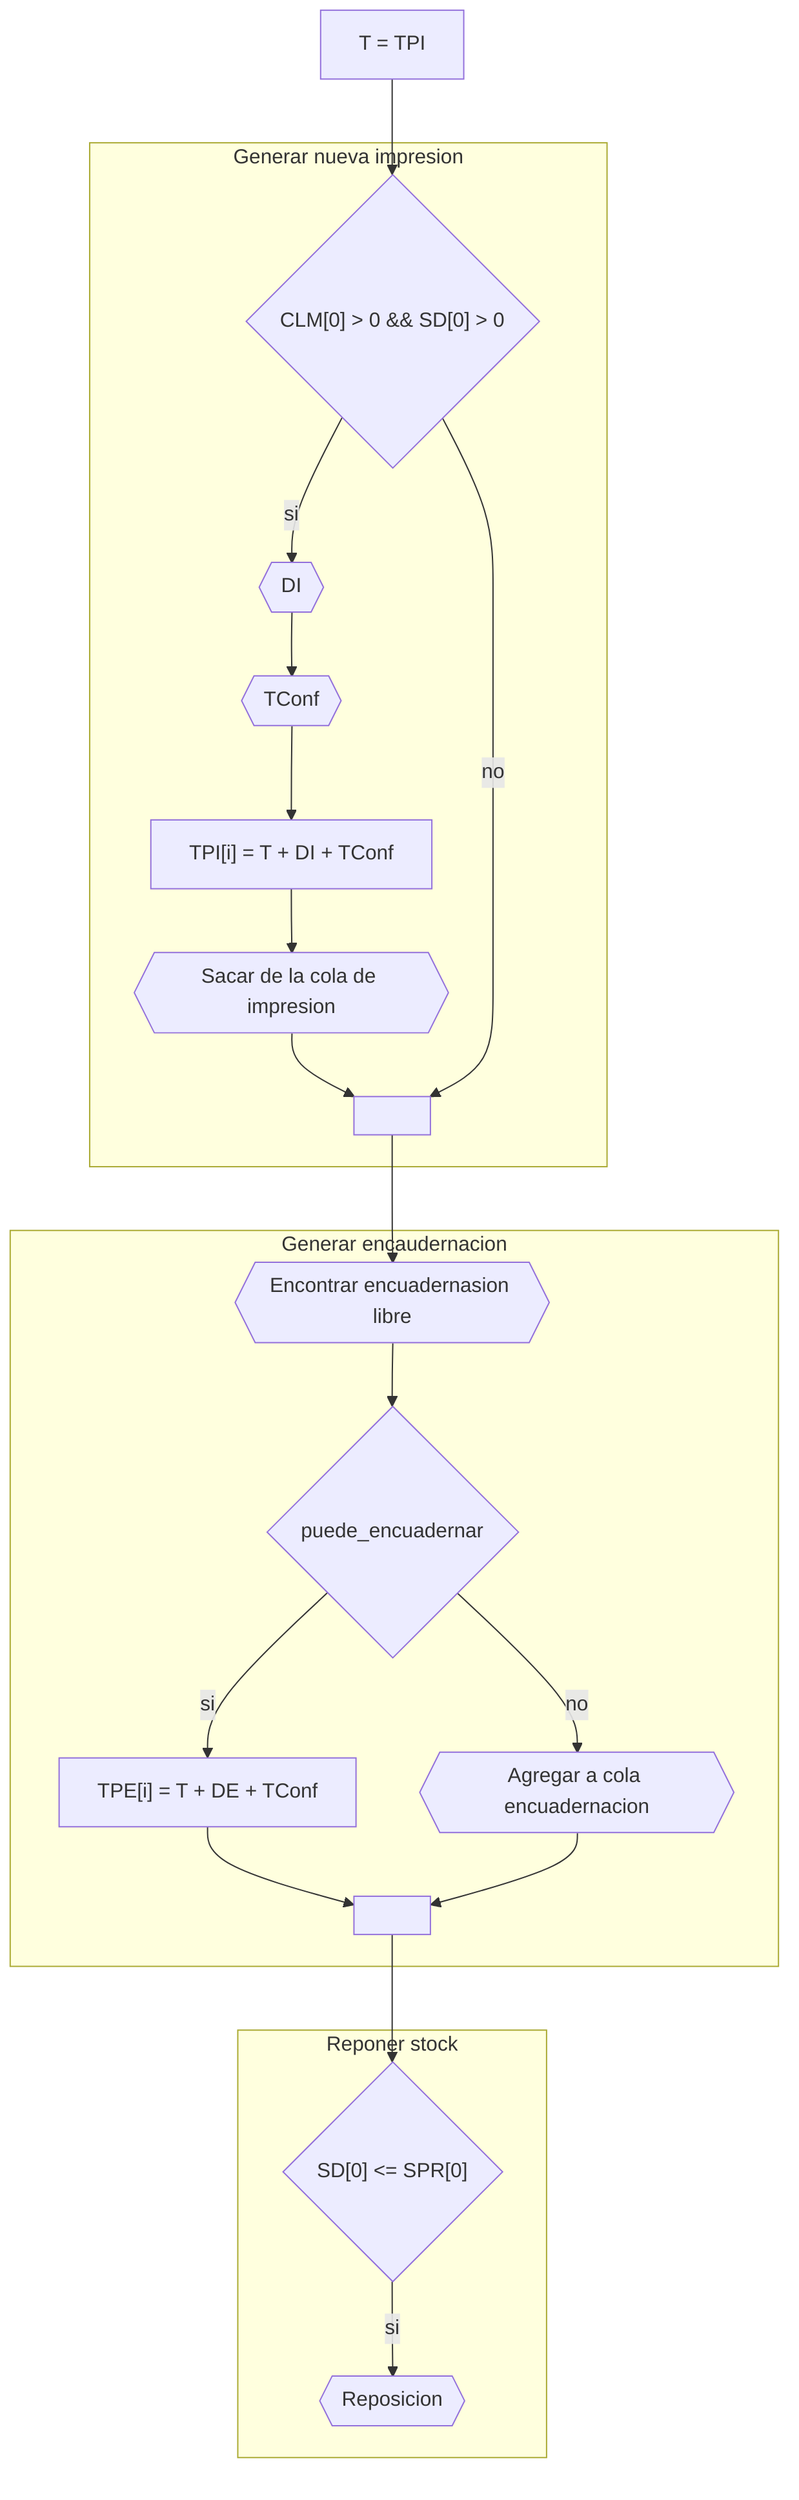
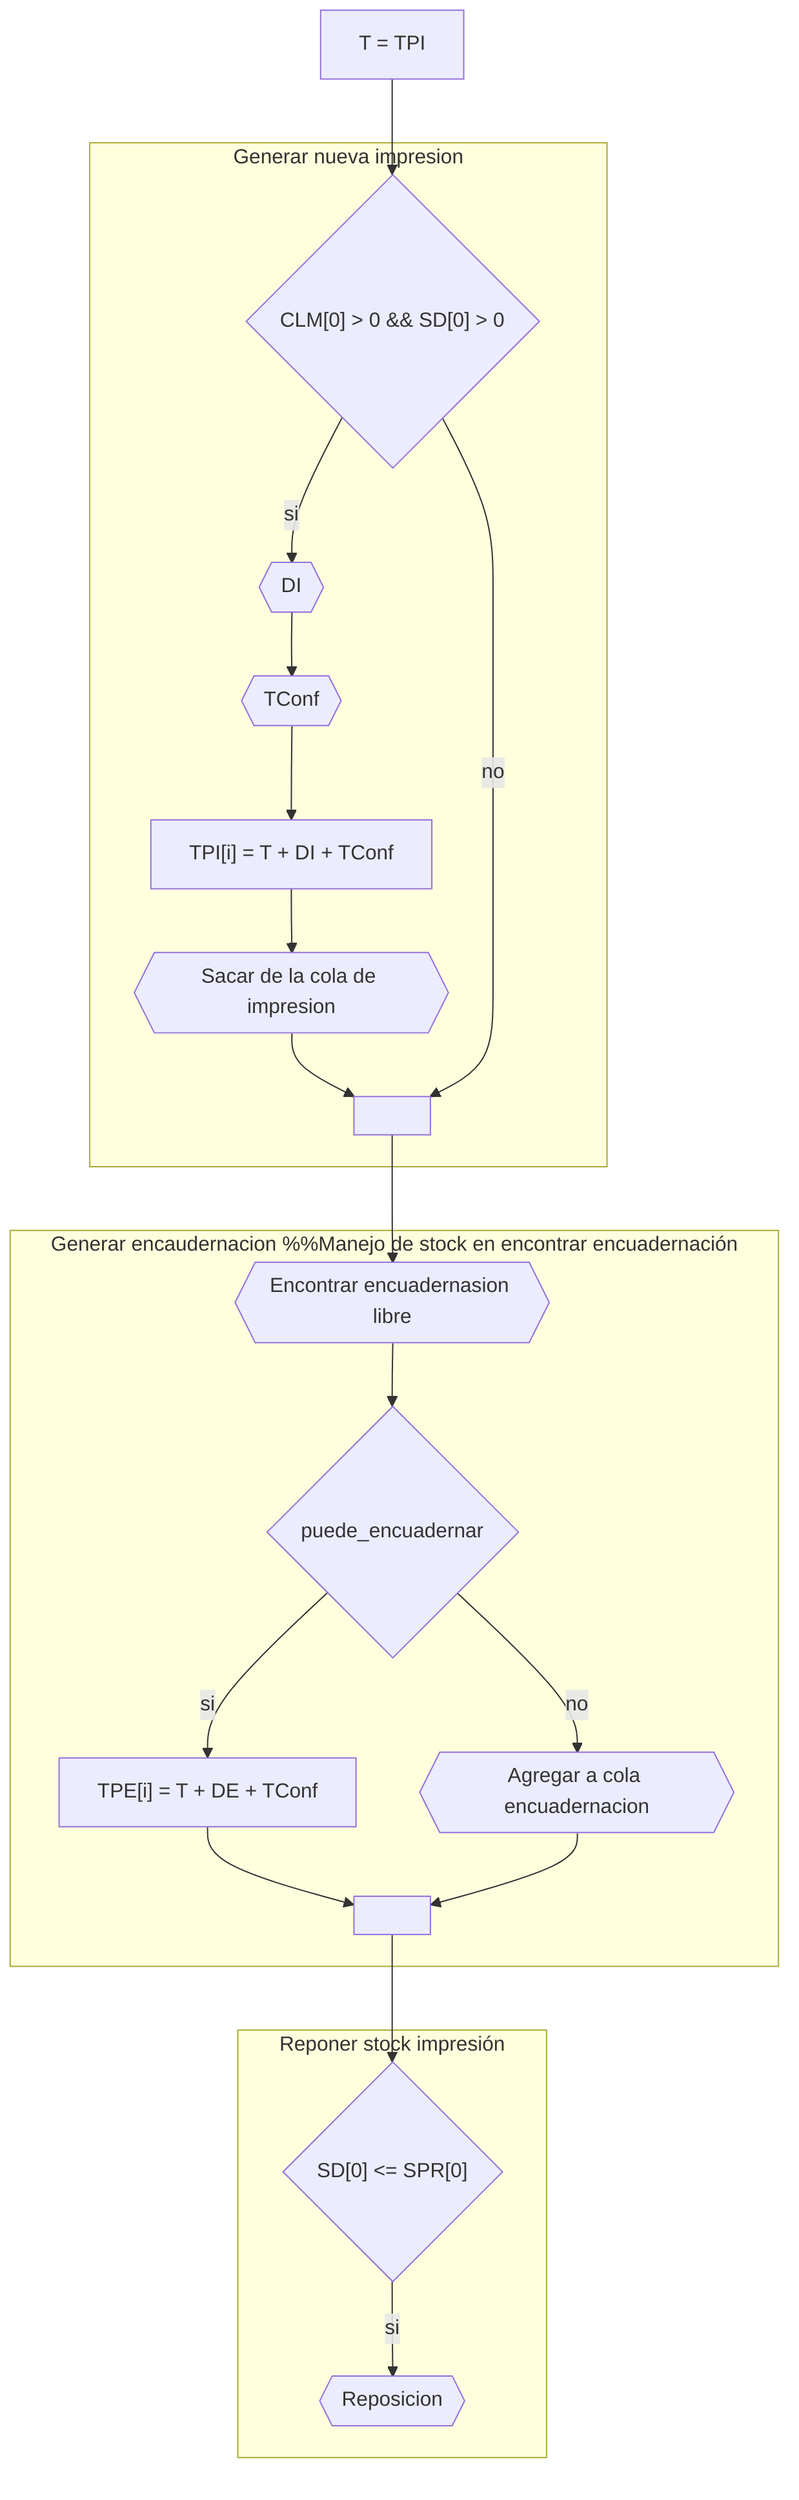
flowchart TD
    direction TD

    %% tpi ya es el menor tpi[]
    %% TODO: Poner stock
    a[T = TPI] --> if{"CLM[0] > 0 && SD[0] > 0"}
    subgraph Generar nueva impresion
    if --> |si| s{{DI}} --> d{{TConf}} --> b["TPI[i] = T + DI + TConf"] --> e{{"Sacar de la cola de impresion"}} --> l
    if --> |no| l[" "]
    end
-     subgraph Generar encaudernacion
+     subgraph Generar encaudernacion %%Manejo de stock en encontrar encuadernación
    l --> g{{Encontrar encuadernasion libre}} --> if2{puede_encuadernar}
    if2 --> |si| h["TPE[i] = T + DE + TConf"] --> ll[" "]
    if2 --> |no| aa{{Agregar a cola encuadernacion}}  --> ll
    end
-     subgraph Reponer stock
+     subgraph Reponer stock impresión
    ll --> if3{"SD[0] <= SPR[0]"}
    if3 --> |si| r{{Reposicion}}
    end